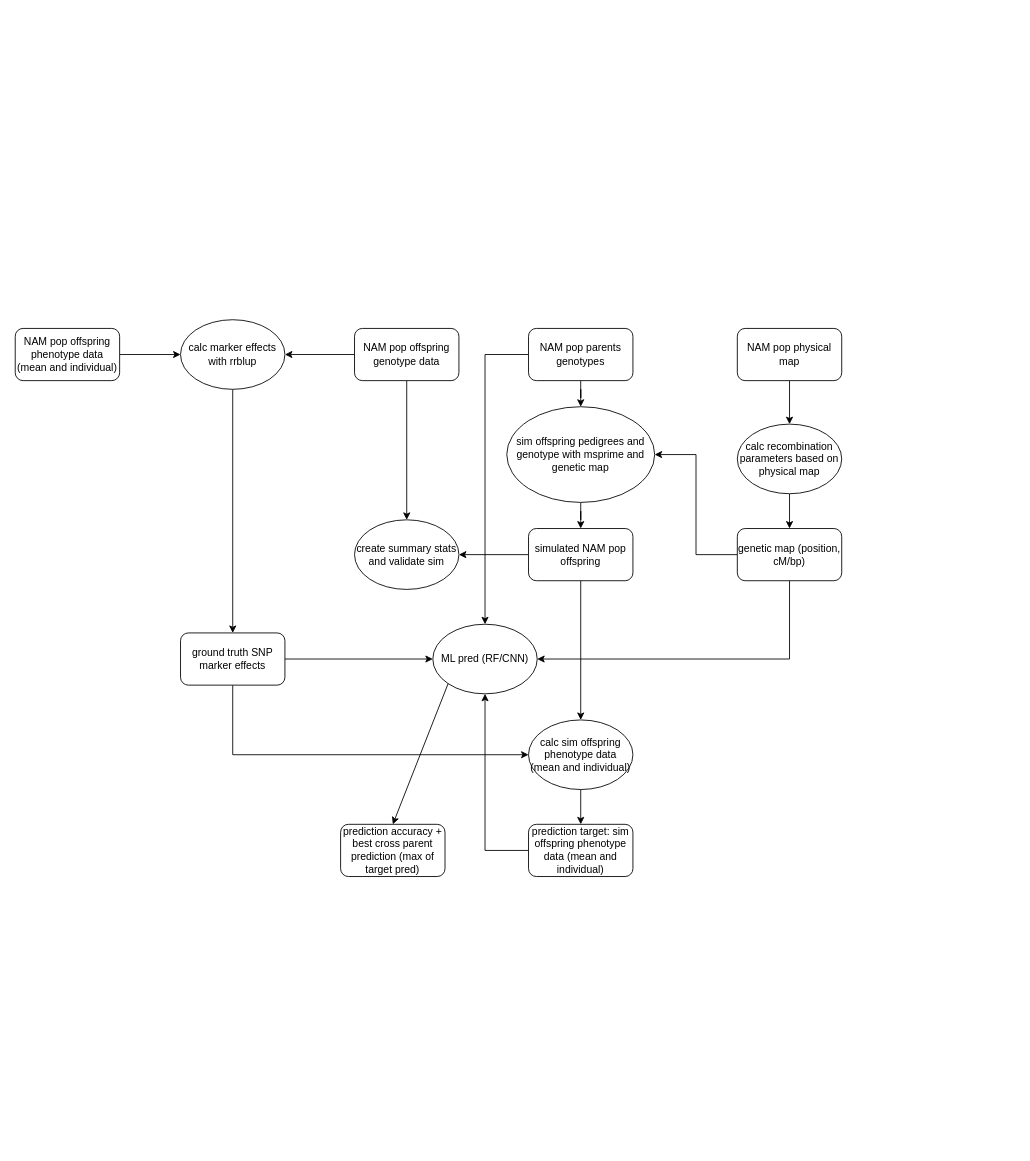
Before: code/sim_predict_pipeline.drawio in Phlup/Masterarbeit, a draw.io diagram. Source tidied: cells renumbered, new cells numbered last; positions are measured from the earlier drawing's top-left corner, leaving out a move shared by most shapes. Both pictures are drawn from the tidied source at 87%, with x=0, y=0 at pixel (15, 319).
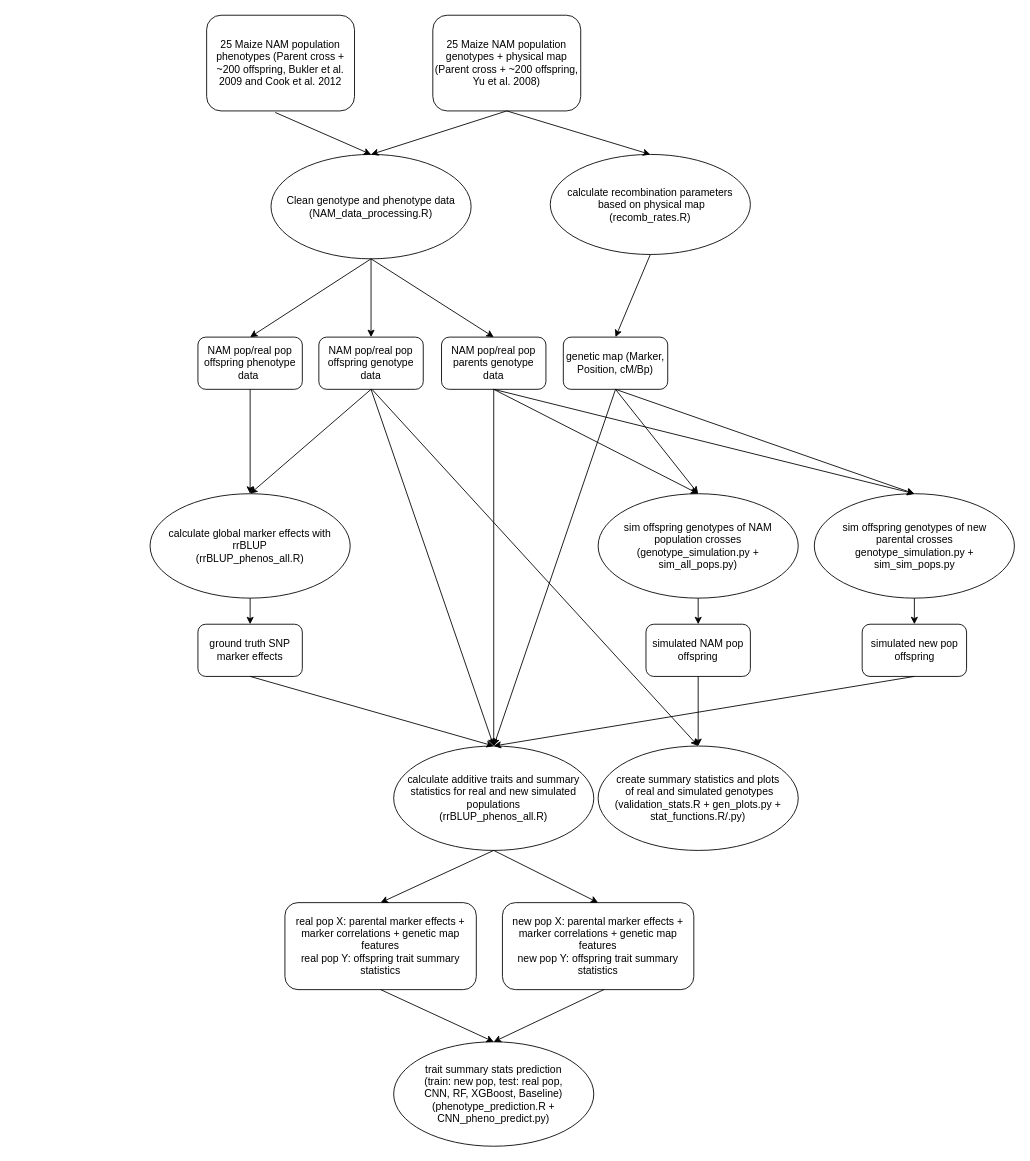
The same diagram, later.

What changed in the source:
```diff
@@
-    <mxCell id="2" style="edgeStyle=orthogonalEdgeStyle;rounded=0;jettySize=auto;html=1;entryX=0.5;entryY=0;entryDx=0;entryDy=0;" parent="1" edge="1" source="5" target="13">
-      <mxGeometry relative="1" as="geometry" />
-    </mxCell>
-    <mxCell id="3" style="edgeStyle=orthogonalEdgeStyle;rounded=0;jettySize=auto;html=1;entryX=1;entryY=0.5;entryDx=0;entryDy=0;" parent="1" edge="1" source="5" target="19">
-      <mxGeometry relative="1" as="geometry" />
-    </mxCell>
-    <mxCell id="4" style="edgeStyle=orthogonalEdgeStyle;rounded=0;jettySize=auto;html=1;entryX=0.5;entryY=0;entryDx=0;entryDy=0;exitX=0;exitY=0.5;exitDx=0;exitDy=0;" parent="1" edge="1" source="7" target="28">
-      <mxGeometry relative="1" as="geometry">
-        <Array as="points">
-          <mxPoint x="540" y="40" />
-        </Array>
-      </mxGeometry>
-    </mxCell>
-    <mxCell id="5" value="NAM pop offspring genotype data" style="rounded=1;whiteSpace=wrap;html=1;" parent="1" vertex="1">
-      <mxGeometry x="390" y="10" width="120" height="60" as="geometry" />
+    <mxCell id="5" value="NAM pop/real pop offspring genotype data" style="rounded=1;whiteSpace=wrap;html=1;" parent="1" vertex="1">
+      <mxGeometry x="349" y="20" width="120" height="60" as="geometry" />
     </mxCell>
-    <mxCell id="6" style="edgeStyle=orthogonalEdgeStyle;rounded=0;jettySize=auto;html=1;entryX=0.5;entryY=0;entryDx=0;entryDy=0;" parent="1" edge="1" source="7" target="12">
-      <mxGeometry relative="1" as="geometry" />
-    </mxCell>
-    <mxCell id="7" value="NAM pop parents genotypes" style="rounded=1;whiteSpace=wrap;html=1;" parent="1" vertex="1">
-      <mxGeometry x="590" y="10" width="120" height="60" as="geometry" />
+    <mxCell id="7" value="NAM pop/real pop parents genotype data" style="rounded=1;whiteSpace=wrap;html=1;" parent="1" vertex="1">
+      <mxGeometry x="490" y="20" width="120" height="60" as="geometry" />
     </mxCell>
-    <mxCell id="8" style="edgeStyle=orthogonalEdgeStyle;rounded=0;jettySize=auto;html=1;entryX=1;entryY=0.5;entryDx=0;entryDy=0;" parent="1" edge="1" source="10" target="13">
-      <mxGeometry relative="1" as="geometry" />
-    </mxCell>
-    <mxCell id="9" style="edgeStyle=orthogonalEdgeStyle;rounded=0;jettySize=auto;html=1;entryX=0.5;entryY=0;entryDx=0;entryDy=0;" parent="1" edge="1" source="10" target="30">
-      <mxGeometry relative="1" as="geometry" />
-    </mxCell>
     <mxCell id="10" value="simulated NAM pop offspring" style="rounded=1;whiteSpace=wrap;html=1;" parent="1" vertex="1">
-      <mxGeometry x="590" y="240" width="120" height="60" as="geometry" />
+      <mxGeometry x="725" y="350" width="120" height="60" as="geometry" />
     </mxCell>
-    <mxCell id="11" style="edgeStyle=orthogonalEdgeStyle;rounded=0;jettySize=auto;html=1;" parent="1" edge="1" source="12" target="10">
-      <mxGeometry relative="1" as="geometry" />
-    </mxCell>
-    <mxCell id="12" value="sim offspring pedigrees and genotype with msprime and genetic map" style="ellipse;whiteSpace=wrap;html=1;" parent="1" vertex="1">
-      <mxGeometry x="565" y="100" width="170" height="110" as="geometry" />
+    <mxCell id="12" value="sim offspring genotypes of NAM population crosses (genotype_simulation.py + sim_all_pops.py)" style="ellipse;whiteSpace=wrap;html=1;" parent="1" vertex="1">
+      <mxGeometry x="670" y="200" width="230" height="120" as="geometry" />
     </mxCell>
-    <mxCell id="13" value="create summary stats and validate sim" style="ellipse;whiteSpace=wrap;html=1;" parent="1" vertex="1">
-      <mxGeometry x="390" y="230" width="120" height="80" as="geometry" />
+    <mxCell id="13" value="create summary statistics and plots&lt;br&gt;&amp;nbsp;of real and simulated genotypes&lt;br&gt;(validation_stats.R + gen_plots.py +&lt;br&gt;stat_functions.R/.py)" style="ellipse;whiteSpace=wrap;html=1;" parent="1" vertex="1">
+      <mxGeometry x="670" y="490" width="230" height="120" as="geometry" />
     </mxCell>
-    <mxCell id="14" style="edgeStyle=orthogonalEdgeStyle;rounded=0;jettySize=auto;html=1;entryX=0.5;entryY=0;entryDx=0;entryDy=0;" parent="1" edge="1" source="15" target="17">
-      <mxGeometry relative="1" as="geometry" />
-    </mxCell>
-    <mxCell id="15" value="NAM pop physical map" style="rounded=1;whiteSpace=wrap;html=1;" parent="1" vertex="1">
-      <mxGeometry x="830" y="10" width="120" height="60" as="geometry" />
-    </mxCell>
-    <mxCell id="16" style="edgeStyle=orthogonalEdgeStyle;rounded=0;jettySize=auto;html=1;" parent="1" edge="1" source="17" target="27">
-      <mxGeometry relative="1" as="geometry" />
-    </mxCell>
-    <mxCell id="17" value="calc recombination parameters based on physical map" style="ellipse;whiteSpace=wrap;html=1;" parent="1" vertex="1">
-      <mxGeometry x="830" y="120" width="120" height="80" as="geometry" />
+    <mxCell id="17" value="calculate recombination parameters&lt;br&gt;&amp;nbsp;based on physical map&lt;br&gt;(recomb_rates.R)" style="ellipse;whiteSpace=wrap;html=1;" parent="1" vertex="1">
+      <mxGeometry x="615" y="-190" width="230" height="115" as="geometry" />
     </mxCell>
-    <mxCell id="18" style="edgeStyle=orthogonalEdgeStyle;rounded=0;jettySize=auto;html=1;entryX=0.5;entryY=0;entryDx=0;entryDy=0;" parent="1" edge="1" source="19" target="22">
-      <mxGeometry relative="1" as="geometry" />
-    </mxCell>
-    <mxCell id="19" value="calc marker effects with rrblup" style="ellipse;whiteSpace=wrap;html=1;" parent="1" vertex="1">
-      <mxGeometry x="190" width="120" height="80" as="geometry" />
+    <mxCell id="19" value="calculate global marker effects with rrBLUP&lt;br&gt;(rrBLUP_phenos_all.R)" style="ellipse;whiteSpace=wrap;html=1;" parent="1" vertex="1">
+      <mxGeometry x="155" y="200" width="230" height="120" as="geometry" />
     </mxCell>
-    <mxCell id="20" style="edgeStyle=orthogonalEdgeStyle;rounded=0;jettySize=auto;html=1;entryX=0;entryY=0.5;entryDx=0;entryDy=0;" parent="1" edge="1" source="22" target="28">
-      <mxGeometry relative="1" as="geometry" />
-    </mxCell>
-    <mxCell id="21" style="edgeStyle=orthogonalEdgeStyle;rounded=0;jettySize=auto;html=1;entryX=0;entryY=0.5;entryDx=0;entryDy=0;exitX=0.5;exitY=1;exitDx=0;exitDy=0;" parent="1" edge="1" source="22" target="30">
-      <mxGeometry relative="1" as="geometry" />
-    </mxCell>
     <mxCell id="22" value="ground truth SNP marker effects" style="rounded=1;whiteSpace=wrap;html=1;" parent="1" vertex="1">
-      <mxGeometry x="190" y="360" width="120" height="60" as="geometry" />
+      <mxGeometry x="210" y="350" width="120" height="60" as="geometry" />
     </mxCell>
-    <mxCell id="23" style="edgeStyle=orthogonalEdgeStyle;rounded=0;jettySize=auto;html=1;entryX=0;entryY=0.5;entryDx=0;entryDy=0;" parent="1" edge="1" source="24" target="19">
-      <mxGeometry relative="1" as="geometry" />
-    </mxCell>
-    <mxCell id="24" value="NAM pop offspring phenotype data (mean and individual)" style="rounded=1;whiteSpace=wrap;html=1;" parent="1" vertex="1">
-      <mxGeometry y="10" width="120" height="60" as="geometry" />
+    <mxCell id="24" value="NAM pop/real pop offspring phenotype data&amp;nbsp;" style="rounded=1;whiteSpace=wrap;html=1;" parent="1" vertex="1">
+      <mxGeometry x="210" y="20" width="120" height="60" as="geometry" />
     </mxCell>
-    <mxCell id="25" style="edgeStyle=orthogonalEdgeStyle;rounded=0;jettySize=auto;html=1;entryX=1;entryY=0.5;entryDx=0;entryDy=0;" parent="1" edge="1" source="27" target="12">
-      <mxGeometry relative="1" as="geometry" />
-    </mxCell>
-    <mxCell id="26" style="edgeStyle=orthogonalEdgeStyle;rounded=0;jettySize=auto;html=1;entryX=1;entryY=0.5;entryDx=0;entryDy=0;" parent="1" edge="1" source="27" target="28">
-      <mxGeometry relative="1" as="geometry">
-        <Array as="points">
-          <mxPoint x="890" y="390" />
-        </Array>
-      </mxGeometry>
-    </mxCell>
-    <mxCell id="27" value="genetic map (position, cM/bp)" style="rounded=1;whiteSpace=wrap;html=1;" parent="1" vertex="1">
-      <mxGeometry x="830" y="240" width="120" height="60" as="geometry" />
+    <mxCell id="27" value="genetic map (Marker, Position, cM/Bp)" style="rounded=1;whiteSpace=wrap;html=1;" parent="1" vertex="1">
+      <mxGeometry x="630" y="20" width="120" height="60" as="geometry" />
     </mxCell>
-    <mxCell id="28" value="ML pred (RF/CNN)" style="ellipse;whiteSpace=wrap;html=1;" parent="1" vertex="1">
-      <mxGeometry x="480" y="350" width="120" height="80" as="geometry" />
+    <mxCell id="28" value="trait summary stats prediction &lt;br&gt;(train: new pop, test: real pop,&lt;br&gt;CNN, RF, XGBoost, Baseline)&lt;br&gt;(phenotype_prediction.R + CNN_pheno_predict.py)" style="ellipse;whiteSpace=wrap;html=1;" parent="1" vertex="1">
+      <mxGeometry x="435" y="830" width="230" height="120" as="geometry" />
     </mxCell>
-    <mxCell id="29" style="edgeStyle=orthogonalEdgeStyle;rounded=0;jettySize=auto;html=1;entryX=0.5;entryY=0;entryDx=0;entryDy=0;" parent="1" edge="1" source="30" target="32">
-      <mxGeometry relative="1" as="geometry" />
-    </mxCell>
-    <mxCell id="30" value="calc sim offspring phenotype data (mean and individual)" style="ellipse;whiteSpace=wrap;html=1;" parent="1" vertex="1">
-      <mxGeometry x="590" y="460" width="120" height="80" as="geometry" />
+    <mxCell id="30" value="calculate additive traits and summary statistics for real and new simulated populations &lt;br&gt;(rrBLUP_phenos_all.R)" style="ellipse;whiteSpace=wrap;html=1;" parent="1" vertex="1">
+      <mxGeometry x="435" y="490" width="230" height="120" as="geometry" />
     </mxCell>
-    <mxCell id="31" style="edgeStyle=orthogonalEdgeStyle;rounded=0;jettySize=auto;html=1;entryX=0.5;entryY=1;entryDx=0;entryDy=0;exitX=0;exitY=0.5;exitDx=0;exitDy=0;" parent="1" edge="1" source="32" target="28">
-      <mxGeometry relative="1" as="geometry" />
-    </mxCell>
-    <mxCell id="32" value="prediction target: sim offspring phenotype data (mean and individual)" style="rounded=1;whiteSpace=wrap;html=1;" parent="1" vertex="1">
-      <mxGeometry x="590" y="580" width="120" height="60" as="geometry" />
-    </mxCell>
-    <mxCell id="33" value="prediction accuracy + best cross parent prediction (max of target pred)" style="rounded=1;whiteSpace=wrap;html=1;" parent="1" vertex="1">
-      <mxGeometry x="374" y="580" width="120" height="60" as="geometry" />
-    </mxCell>
-    <mxCell id="34" style="endArrow=classic;html=1;rounded=0;exitX=0;exitY=1;exitDx=0;exitDy=0;entryX=0.5;entryY=0;entryDx=0;entryDy=0;" parent="1" edge="1" source="28" target="33">
-      <mxGeometry relative="1" as="geometry" />
-    </mxCell>
+    <mxCell id="35" value="25 Maize NAM population phenotypes (Parent cross + ~200 offspring, Bukler et al. 2009 and Cook et al. 2012" style="rounded=1;whiteSpace=wrap;html=1;" parent="1" vertex="1">
+      <mxGeometry x="220" y="-350" width="170" height="110" as="geometry" />
+    </mxCell>
+    <mxCell id="36" value="25 Maize NAM population genotypes + physical map (Parent cross + ~200 offspring, Yu et al. 2008)" style="rounded=1;whiteSpace=wrap;html=1;" parent="1" vertex="1">
+      <mxGeometry x="480" y="-350" width="170" height="110" as="geometry" />
+    </mxCell>
+    <mxCell id="37" value="Clean genotype and phenotype data&lt;br&gt;(NAM_data_processing.R)" style="ellipse;whiteSpace=wrap;html=1;" parent="1" vertex="1">
+      <mxGeometry x="294" y="-190" width="230" height="120" as="geometry" />
+    </mxCell>
+    <mxCell id="38" value="sim offspring genotypes of new &lt;br&gt;parental crosses&lt;br&gt;genotype_simulation.py + sim_sim_pops.py" style="ellipse;whiteSpace=wrap;html=1;" parent="1" vertex="1">
+      <mxGeometry x="918.5" y="200" width="230" height="120" as="geometry" />
+    </mxCell>
+    <mxCell id="6" style="endArrow=classic;html=1;rounded=0;entryX=0.5;entryY=0;entryDx=0;entryDy=0;exitX=0.5;exitY=1;exitDx=0;exitDy=0;" parent="1" edge="1" source="7" target="12">
+      <mxGeometry relative="1" as="geometry" />
+    </mxCell>
+    <mxCell id="39" style="endArrow=classic;html=1;rounded=0;entryX=0.5;entryY=0;entryDx=0;entryDy=0;" parent="1" edge="1" target="38">
+      <mxGeometry relative="1" as="geometry">
+        <mxPoint x="550" y="80" as="sourcePoint" />
+      </mxGeometry>
+    </mxCell>
+    <mxCell id="25" style="endArrow=classic;html=1;rounded=0;entryX=0.5;entryY=0;entryDx=0;entryDy=0;exitX=0.5;exitY=1;exitDx=0;exitDy=0;" parent="1" edge="1" source="27" target="12">
+      <mxGeometry relative="1" as="geometry" />
+    </mxCell>
+    <mxCell id="40" style="endArrow=classic;html=1;rounded=0;entryX=0.5;entryY=0;entryDx=0;entryDy=0;" parent="1" edge="1" target="38">
+      <mxGeometry relative="1" as="geometry">
+        <mxPoint x="690" y="80" as="sourcePoint" />
+      </mxGeometry>
+    </mxCell>
+    <mxCell id="41" style="endArrow=classic;html=1;rounded=0;entryX=0.5;entryY=0;entryDx=0;entryDy=0;exitX=0.5;exitY=1;exitDx=0;exitDy=0;" parent="1" edge="1" source="37" target="7">
+      <mxGeometry relative="1" as="geometry" />
+    </mxCell>
+    <mxCell id="16" style="endArrow=classic;html=1;rounded=0;entryX=0.5;entryY=0;entryDx=0;entryDy=0;exitX=0.5;exitY=1;exitDx=0;exitDy=0;" parent="1" edge="1" source="17" target="27">
+      <mxGeometry relative="1" as="geometry" />
+    </mxCell>
+    <mxCell id="42" style="endArrow=classic;html=1;rounded=0;entryX=0.5;entryY=0;entryDx=0;entryDy=0;exitX=0.5;exitY=1;exitDx=0;exitDy=0;" parent="1" edge="1" source="37" target="24">
+      <mxGeometry relative="1" as="geometry" />
+    </mxCell>
+    <mxCell id="43" style="endArrow=classic;html=1;rounded=0;entryX=0.5;entryY=0;entryDx=0;entryDy=0;exitX=0.5;exitY=1;exitDx=0;exitDy=0;" parent="1" edge="1" source="37" target="5">
+      <mxGeometry relative="1" as="geometry" />
+    </mxCell>
+    <mxCell id="44" style="endArrow=classic;html=1;rounded=0;entryX=0.5;entryY=0;entryDx=0;entryDy=0;exitX=0.5;exitY=1;exitDx=0;exitDy=0;" parent="1" edge="1" source="36" target="37">
+      <mxGeometry relative="1" as="geometry" />
+    </mxCell>
+    <mxCell id="45" style="endArrow=classic;html=1;rounded=0;entryX=0.5;entryY=0;entryDx=0;entryDy=0;exitX=0.5;exitY=1;exitDx=0;exitDy=0;" parent="1" edge="1" source="36" target="17">
+      <mxGeometry relative="1" as="geometry" />
+    </mxCell>
+    <mxCell id="46" style="endArrow=classic;html=1;rounded=0;entryX=0.5;entryY=0;entryDx=0;entryDy=0;exitX=0.464;exitY=1.016;exitDx=0;exitDy=0;exitPerimeter=0;" parent="1" edge="1" source="35" target="37">
+      <mxGeometry relative="1" as="geometry" />
+    </mxCell>
+    <mxCell id="23" style="endArrow=classic;html=1;rounded=0;entryX=0.5;entryY=0;entryDx=0;entryDy=0;exitX=0.5;exitY=1;exitDx=0;exitDy=0;" parent="1" edge="1" source="24" target="19">
+      <mxGeometry relative="1" as="geometry" />
+    </mxCell>
+    <mxCell id="3" style="endArrow=classic;html=1;rounded=0;entryX=0.5;entryY=0;entryDx=0;entryDy=0;exitX=0.5;exitY=1;exitDx=0;exitDy=0;" parent="1" edge="1" source="5" target="19">
+      <mxGeometry relative="1" as="geometry" />
+    </mxCell>
+    <mxCell id="47" value="simulated new pop offspring" style="rounded=1;whiteSpace=wrap;html=1;" parent="1" vertex="1">
+      <mxGeometry x="973.5" y="350" width="120" height="60" as="geometry" />
+    </mxCell>
+    <mxCell id="8" style="endArrow=classic;html=1;rounded=0;exitX=0.5;exitY=1;exitDx=0;exitDy=0;entryX=0.5;entryY=0;entryDx=0;entryDy=0;" parent="1" edge="1" source="10" target="13">
+      <mxGeometry relative="1" as="geometry" />
+    </mxCell>
+    <mxCell id="48" style="endArrow=classic;html=1;rounded=0;entryX=0.5;entryY=0;entryDx=0;entryDy=0;" parent="1" edge="1" target="13">
+      <mxGeometry relative="1" as="geometry">
+        <mxPoint x="410" y="80" as="sourcePoint" />
+      </mxGeometry>
+    </mxCell>
+    <mxCell id="49" style="endArrow=classic;html=1;rounded=0;exitX=0.5;exitY=1;exitDx=0;exitDy=0;entryX=0.5;entryY=0;entryDx=0;entryDy=0;" parent="1" edge="1" source="47" target="30">
+      <mxGeometry relative="1" as="geometry" />
+    </mxCell>
+    <mxCell id="11" style="endArrow=classic;html=1;rounded=0;entryX=0.5;entryY=0;entryDx=0;entryDy=0;exitX=0.5;exitY=1;exitDx=0;exitDy=0;" parent="1" edge="1" source="12" target="10">
+      <mxGeometry relative="1" as="geometry" />
+    </mxCell>
+    <mxCell id="50" style="endArrow=classic;html=1;rounded=0;entryX=0.5;entryY=0;entryDx=0;entryDy=0;exitX=0.5;exitY=1;exitDx=0;exitDy=0;" parent="1" edge="1" source="38" target="47">
+      <mxGeometry relative="1" as="geometry" />
+    </mxCell>
+    <mxCell id="51" value="new pop X: parental marker effects + marker correlations + genetic map features&lt;br&gt;new pop Y: offspring trait summary statistics" style="rounded=1;whiteSpace=wrap;html=1;" parent="1" vertex="1">
+      <mxGeometry x="560" y="670" width="220" height="100" as="geometry" />
+    </mxCell>
+    <mxCell id="52" value="real pop X: parental marker effects + marker correlations + genetic map features&lt;br style=&quot;border-color: var(--border-color);&quot;&gt;real pop Y: offspring trait summary statistics" style="rounded=1;whiteSpace=wrap;html=1;" parent="1" vertex="1">
+      <mxGeometry x="310" y="670" width="220" height="100" as="geometry" />
+    </mxCell>
+    <mxCell id="18" style="endArrow=classic;html=1;rounded=0;entryX=0.5;entryY=0;entryDx=0;entryDy=0;exitX=0.5;exitY=1;exitDx=0;exitDy=0;" parent="1" edge="1" source="19" target="22">
+      <mxGeometry relative="1" as="geometry" />
+    </mxCell>
+    <mxCell id="21" style="endArrow=classic;html=1;rounded=0;exitX=0.5;exitY=1;exitDx=0;exitDy=0;entryX=0.5;entryY=0;entryDx=0;entryDy=0;" parent="1" edge="1" source="22" target="30">
+      <mxGeometry relative="1" as="geometry" />
+    </mxCell>
+    <mxCell id="53" style="endArrow=classic;html=1;rounded=0;exitX=0.5;exitY=1;exitDx=0;exitDy=0;entryX=0.5;entryY=0;entryDx=0;entryDy=0;" parent="1" edge="1" source="5" target="30">
+      <mxGeometry relative="1" as="geometry" />
+    </mxCell>
+    <mxCell id="54" style="endArrow=classic;html=1;rounded=0;entryX=0.5;entryY=0;entryDx=0;entryDy=0;exitX=0.5;exitY=1;exitDx=0;exitDy=0;" parent="1" edge="1" source="7" target="30">
+      <mxGeometry relative="1" as="geometry" />
+    </mxCell>
+    <mxCell id="55" style="endArrow=classic;html=1;rounded=0;entryX=0.5;entryY=0;entryDx=0;entryDy=0;exitX=0.5;exitY=1;exitDx=0;exitDy=0;" parent="1" edge="1" source="27" target="30">
+      <mxGeometry relative="1" as="geometry" />
+    </mxCell>
+    <mxCell id="56" style="endArrow=classic;html=1;rounded=0;entryX=0.5;entryY=0;entryDx=0;entryDy=0;exitX=0.5;exitY=1;exitDx=0;exitDy=0;" parent="1" edge="1" source="30" target="51">
+      <mxGeometry relative="1" as="geometry" />
+    </mxCell>
+    <mxCell id="57" style="endArrow=classic;html=1;rounded=0;entryX=0.5;entryY=0;entryDx=0;entryDy=0;exitX=0.5;exitY=1;exitDx=0;exitDy=0;" parent="1" edge="1" source="30" target="52">
+      <mxGeometry relative="1" as="geometry" />
+    </mxCell>
+    <mxCell id="58" style="endArrow=classic;html=1;rounded=0;entryX=0.5;entryY=0;entryDx=0;entryDy=0;exitX=0.5;exitY=1;exitDx=0;exitDy=0;" parent="1" edge="1" source="52" target="28">
+      <mxGeometry relative="1" as="geometry" />
+    </mxCell>
+    <mxCell id="59" style="endArrow=classic;html=1;rounded=0;entryX=0.5;entryY=0;entryDx=0;entryDy=0;exitX=0.532;exitY=0.998;exitDx=0;exitDy=0;exitPerimeter=0;" parent="1" edge="1" source="51" target="28">
+      <mxGeometry relative="1" as="geometry" />
+    </mxCell>
```
